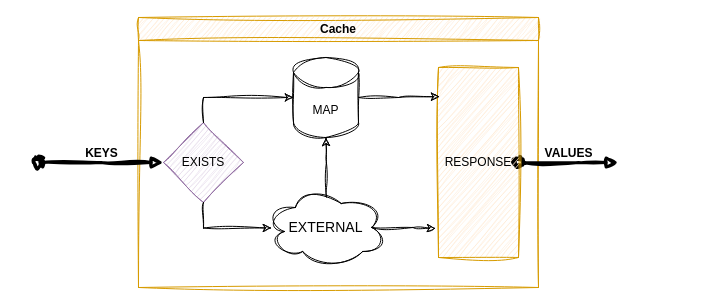
Earlier version of the draw.io diagram assets/images/2023/12/list_cache.drawio (stevenrskelton/stevenrskelton.github.io). Source tidied: cells renumbered, new cells numbered last; positions are measured from the earlier drawing's top-left corner, leaving out a move shared by most shapes. Both pictures are drawn from the tidied source at 100%, with x=0, y=0 at pixel (38, 17).
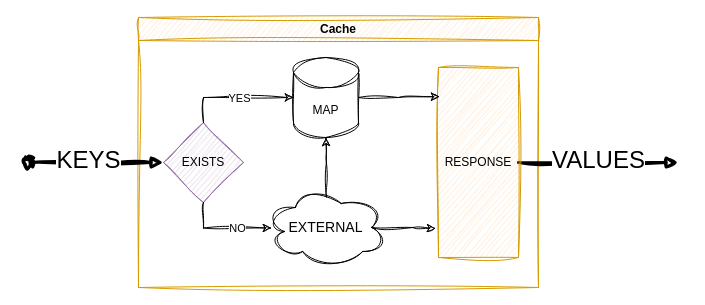
The same diagram, later.

Unchanged cells that the change refers to:
```xml
<mxCell id="2" value="Cache" style="swimlane;whiteSpace=wrap;html=1;fillColor=#ffe6cc;strokeColor=#d79b00;sketch=1;curveFitting=1;jiggle=2;" parent="1" vertex="1">
  <mxGeometry x="100" width="400" height="270" as="geometry" />
</mxCell>
<mxCell id="5" value="EXISTS" style="rhombus;whiteSpace=wrap;html=1;fillColor=#e1d5e7;strokeColor=#9673a6;sketch=1;curveFitting=1;jiggle=2;" parent="2" vertex="1">
  <mxGeometry x="25" y="105" width="80" height="80" as="geometry" />
</mxCell>
<mxCell id="7" style="edgeStyle=orthogonalEdgeStyle;rounded=0;jettySize=auto;html=1;exitX=0.5;exitY=0;exitDx=0;exitDy=0;entryX=0;entryY=0.5;entryDx=0;entryDy=0;entryPerimeter=0;sketch=1;curveFitting=1;jiggle=2;" parent="2" edge="1" source="5" target="6">
  <mxGeometry relative="1" as="geometry" />
</mxCell>
<mxCell id="8" style="edgeStyle=orthogonalEdgeStyle;rounded=0;jettySize=auto;html=1;exitX=0.5;exitY=1;exitDx=0;exitDy=0;entryX=0.055;entryY=0.506;entryDx=0;entryDy=0;entryPerimeter=0;sketch=1;curveFitting=1;jiggle=2;" parent="2" edge="1" source="5" target="4">
  <mxGeometry relative="1" as="geometry">
    <Array as="points">
      <mxPoint x="65" y="211" />
    </Array>
  </mxGeometry>
</mxCell>
<mxCell id="9" value="RESPONSE" style="rounded=0;whiteSpace=wrap;html=1;glass=0;sketch=1;curveFitting=1;jiggle=2;fillColor=#ffe6cc;strokeColor=#d79b00;" parent="2" vertex="1">
  <mxGeometry x="300" y="50" width="80" height="190" as="geometry" />
</mxCell>
```

Change to the diagram source:
```diff
@@
-    <mxCell id="3" value="VALUES" style="html=1;verticalAlign=bottom;startArrow=oval;endArrow=block;startSize=8;edgeStyle=elbowEdgeStyle;elbow=vertical;curved=0;rounded=0;exitX=1;exitY=0.5;exitDx=0;exitDy=0;strokeWidth=3;fontSize=12;fontStyle=1;sketch=1;curveFitting=1;jiggle=2;" parent="2" edge="1" source="9">
-      <mxGeometry relative="1" as="geometry">
-        <mxPoint x="480" y="145" as="targetPoint" />
+    <mxCell id="3" value="VALUES" style="html=1;verticalAlign=bottom;startArrow=none;endArrow=block;startSize=8;edgeStyle=elbowEdgeStyle;elbow=vertical;curved=0;rounded=0;exitX=1;exitY=0.5;exitDx=0;exitDy=0;strokeWidth=3;fontSize=24;fontStyle=0;sketch=1;curveFitting=1;jiggle=2;startFill=0;" parent="2" edge="1" source="9">
+      <mxGeometry y="-15" relative="1" as="geometry">
+        <mxPoint x="540" y="145" as="targetPoint" />
         <Array as="points">
           <mxPoint x="440" y="145" />
         </Array>
       </mxGeometry>
     </mxCell>
@@
+    <mxCell id="14" value="YES" style="edgeLabel;html=1;align=center;verticalAlign=middle;" parent="7" vertex="1">
+      <mxGeometry x="0.22" relative="1" as="geometry">
+        <mxPoint x="-10" as="offset" />
+      </mxGeometry>
+    </mxCell>
@@
+    <mxCell id="15" value="NO" style="edgeLabel;html=1;align=center;verticalAlign=middle;" parent="8" vertex="1">
+      <mxGeometry x="0.26" relative="1" as="geometry" />
+    </mxCell>
@@
-    <mxCell id="13" value="KEYS" style="html=1;verticalAlign=bottom;startArrow=oval;endArrow=block;startSize=8;edgeStyle=elbowEdgeStyle;elbow=vertical;curved=0;rounded=0;strokeWidth=3;fontSize=12;fontStyle=1;sketch=1;curveFitting=1;jiggle=2;entryX=0;entryY=0.5;entryDx=0;entryDy=0;" parent="1" edge="1" target="5">
-      <mxGeometry relative="1" as="geometry">
-        <mxPoint y="145" as="sourcePoint" />
+    <mxCell id="13" value="KEYS" style="html=1;verticalAlign=bottom;startArrow=oval;endArrow=block;startSize=8;edgeStyle=elbowEdgeStyle;elbow=vertical;curved=0;rounded=0;strokeWidth=3;fontSize=24;fontStyle=0;sketch=1;curveFitting=1;jiggle=2;entryX=0;entryY=0.5;entryDx=0;entryDy=0;labelBackgroundColor=default;" parent="1" edge="1" target="5">
+      <mxGeometry x="-0.11" y="-15" relative="1" as="geometry">
+        <mxPoint x="-10" y="145" as="sourcePoint" />
       </mxGeometry>
     </mxCell>
```
